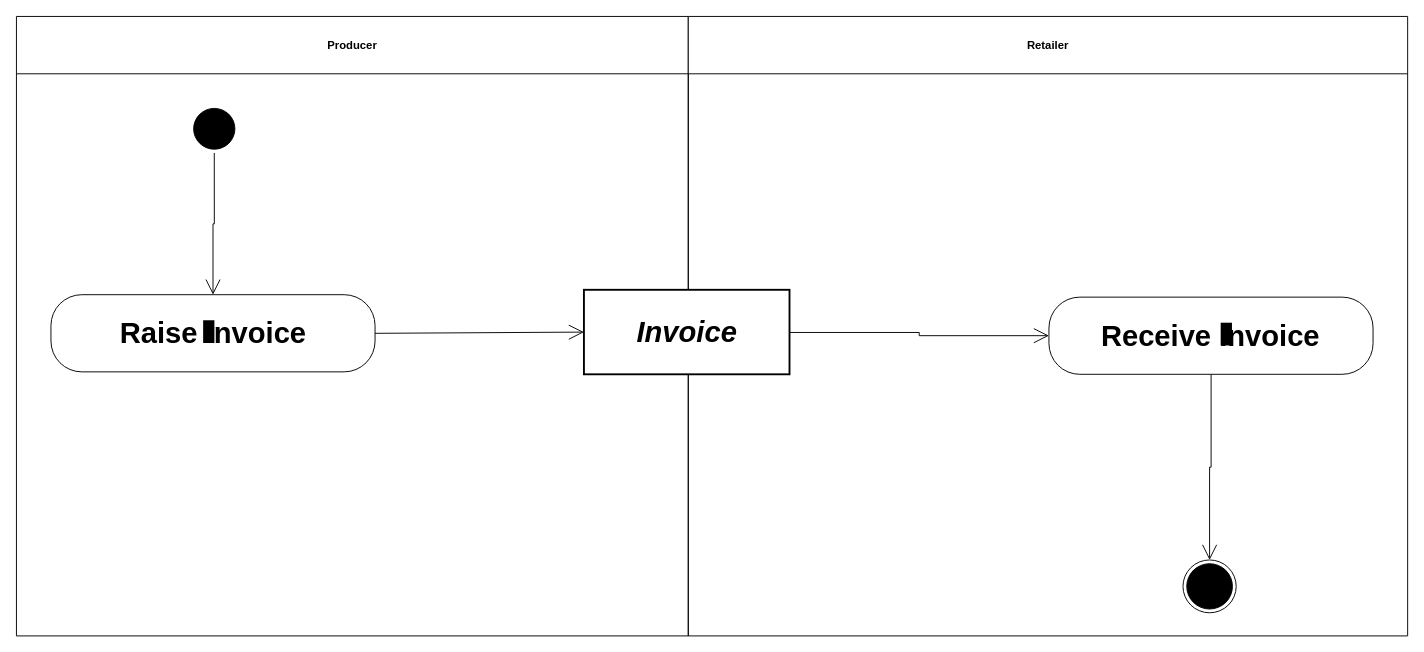
Before: examples/UBL-2.2-VMI-Invoicing/UBL-2.2-VMI-Invoicing.drawio in kduvekot/ubl-work-on-svg-images, a draw.io diagram. Source tidied: cells renumbered, new cells numbered last; positions are measured from the earlier drawing's top-left corner, leaving out a move shared by most shapes. Both pictures are drawn from the tidied source at 94%, with x=0, y=0 at pixel (16, 16).
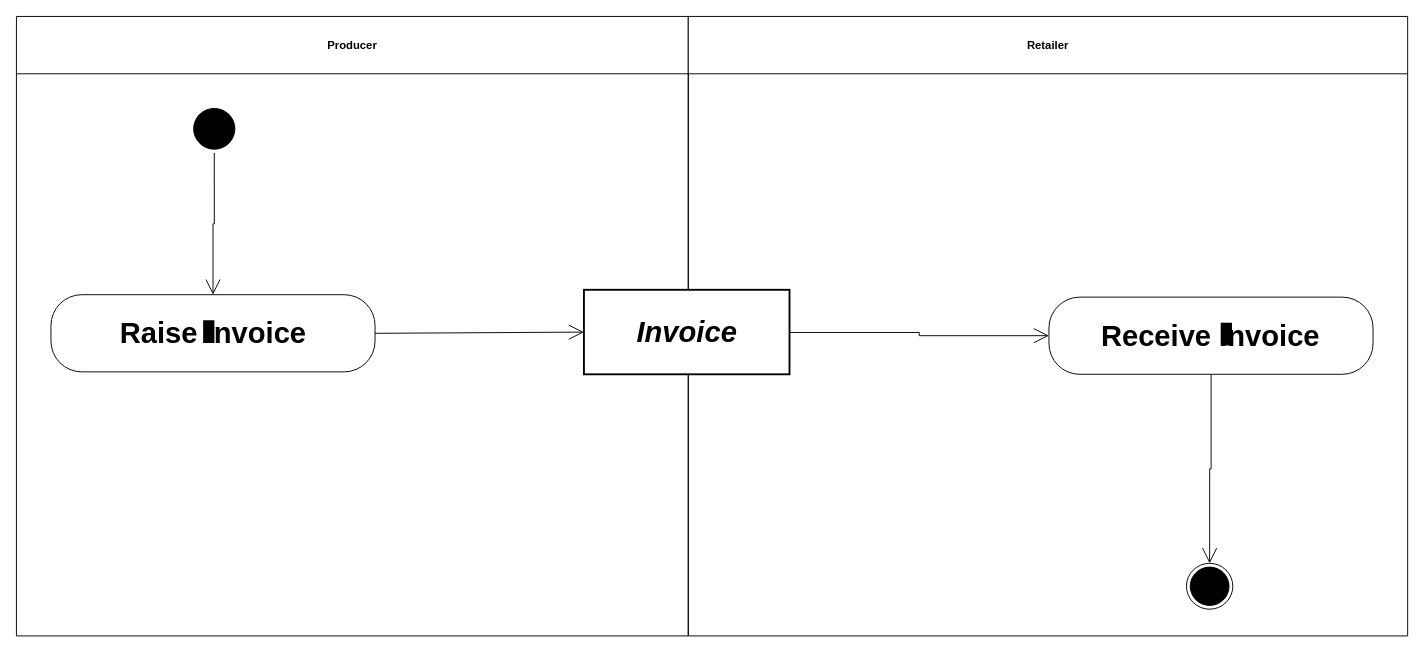
The same diagram, later.

Diff of the diagram source:
```diff
@@
 <mxGraphModel>
   <root>
     <mxCell id="0" />
     <mxCell id="1" parent="0" />
     <mxCell id="2" value="Producer" style="swimlane;whiteSpace=wrap;html=1;startSize=61;" parent="1" vertex="1">
       <mxGeometry width="714.7" height="659" as="geometry" />
     </mxCell>
     <mxCell id="3" value="Retailer" style="swimlane;whiteSpace=wrap;html=1;startSize=61;" parent="1" vertex="1">
       <mxGeometry x="714.7" width="765.3" height="659" as="geometry" />
     </mxCell>
     <mxCell id="4" style="ellipse;html=1;shape=startState;fillColor=#000000;strokeColor=#000000;fontFamily=Helvetica;fontSize=31;" parent="1" vertex="1">
       <mxGeometry x="184.5" y="93.8" width="51.9" height="51.4" as="geometry" />
     </mxCell>
     <mxCell id="5" value="Invoice" style="rounded=0;whiteSpace=wrap;html=1;fontStyle=3;strokeWidth=2;fontFamily=Helvetica;fontSize=31;" parent="1" vertex="1">
       <mxGeometry x="603.7" y="290.8" width="218.7" height="89.9" as="geometry" />
     </mxCell>
     <mxCell id="6" value="Raise Invoice" style="rounded=1;arcSize=40;whiteSpace=wrap;html=1;fontStyle=1;fontFamily=Helvetica;fontSize=31;" parent="1" vertex="1">
       <mxGeometry x="36.7" y="296" width="344.8" height="82.1" as="geometry" />
     </mxCell>
     <mxCell id="7" value="Receive Invoice" style="rounded=1;arcSize=40;whiteSpace=wrap;html=1;fontStyle=1;fontFamily=Helvetica;fontSize=31;" parent="1" vertex="1">
       <mxGeometry x="1098.4" y="298.6" width="344.8" height="82.1" as="geometry" />
     </mxCell>
     <mxCell id="8" style="html=1;shape=line;direction=north;strokeWidth=12;fontFamily=Helvetica;fontSize=31;" parent="1" vertex="1">
       <mxGeometry x="202.2" y="323.2" width="4.8" height="24.2" as="geometry" />
     </mxCell>
     <mxCell id="9" style="html=1;shape=line;direction=north;strokeWidth=12;fontFamily=Helvetica;fontSize=31;" parent="1" vertex="1">
       <mxGeometry x="1284.7" y="325.8" width="4.8" height="24.2" as="geometry" />
     </mxCell>
     <mxCell id="10" style="ellipse;html=1;shape=endState;fillColor=#000000;strokeColor=#000000;fontFamily=Helvetica;fontSize=31;" parent="1" vertex="1">
-      <mxGeometry x="1241" y="578.2" width="56.6" height="56.2" as="geometry" />
+      <mxGeometry x="1244.7" y="581.8" width="49.3" height="48.8" as="geometry" />
     </mxCell>
     <mxCell id="11" style="edgeStyle=orthogonalEdgeStyle;rounded=0;html=1;endArrow=open;endFill=0;endSize=14;exitX=0.4913;exitY=1.0;entryX=0.5;entryY=0.0;" parent="1" edge="1" source="4" target="6">
       <mxGeometry relative="1" as="geometry" />
     </mxCell>
     <mxCell id="12" style="edgeStyle=none;rounded=0;html=1;endArrow=open;endFill=0;endSize=14;exitX=1.0;exitY=0.5006;entryX=0.0;entryY=0.5006;" parent="1" edge="1" source="6" target="5">
       <mxGeometry relative="1" as="geometry" />
     </mxCell>
     <mxCell id="13" style="edgeStyle=orthogonalEdgeStyle;rounded=0;html=1;endArrow=open;endFill=0;endSize=14;exitX=1.0;exitY=0.505;entryX=0.0;entryY=0.4994;" parent="1" edge="1" source="5" target="7">
       <mxGeometry relative="1" as="geometry" />
     </mxCell>
-    <mxCell id="14" style="edgeStyle=orthogonalEdgeStyle;rounded=0;html=1;endArrow=open;endFill=0;endSize=14;exitX=0.5003;exitY=1.0;entryX=0.4965;entryY=0.0;" parent="1" edge="1" source="7" target="10">
+    <mxCell id="14" style="edgeStyle=orthogonalEdgeStyle;rounded=0;html=1;endArrow=open;endFill=0;endSize=14;exitX=0.5003;exitY=1.0;entryX=0.4949;entryY=0.0;" parent="1" edge="1" source="7" target="10">
       <mxGeometry relative="1" as="geometry" />
     </mxCell>
   </root>
 </mxGraphModel>
```
